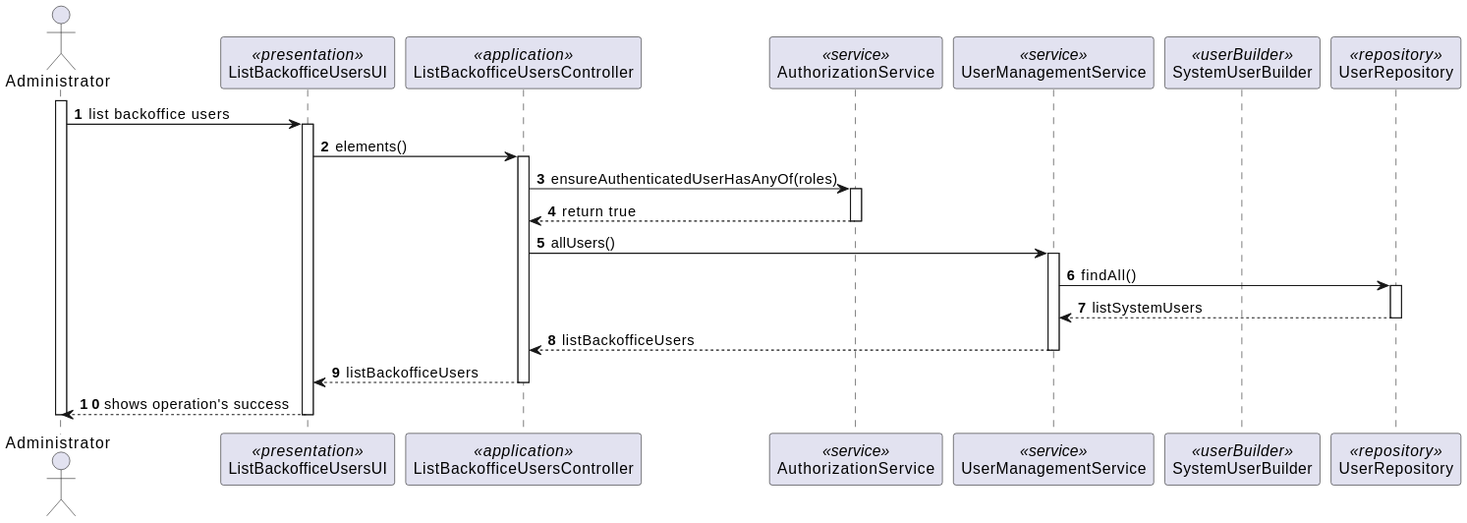
The PlantUML diagram docs/SprintB/1000/1000-sequence-diagram-listBackOfficeUser.svg in MiguelCardoso77/LAPR4, before a commit. Source of this version:
```plantuml
@startuml
autonumber


actor Administrator

participant ListBackofficeUsersUI <<presentation>>
participant ListBackofficeUsersController<<application>>
participant AuthorizationService <<service>>
participant UserManagementService <<service>>
participant SystemUserBuilder <<userBuilder>>
participant UserRepository <<repository>>


activate Administrator

    Administrator -> ListBackofficeUsersUI: list backoffice users

        activate ListBackofficeUsersUI

    ListBackofficeUsersUI -> ListBackofficeUsersController: elements()

        activate ListBackofficeUsersController

    ListBackofficeUsersController -> AuthorizationService: ensureAuthenticatedUserHasAnyOf(roles)

        activate AuthorizationService

    AuthorizationService --> ListBackofficeUsersController: return true

        deactivate AuthorizationService

    ListBackofficeUsersController -> UserManagementService: allUsers()

        activate UserManagementService

    UserManagementService -> UserRepository: findAll()

        activate UserRepository

    UserRepository --> UserManagementService: listSystemUsers

        deactivate UserRepository

    UserManagementService --> ListBackofficeUsersController: listBackofficeUsers

        deactivate UserManagementService

    ListBackofficeUsersController --> ListBackofficeUsersUI: listBackofficeUsers

        deactivate ListBackofficeUsersController

    ListBackofficeUsersUI --> Administrator : shows operation's success

        deactivate ListBackofficeUsersUI

        deactivate Administrator
@enduml
```
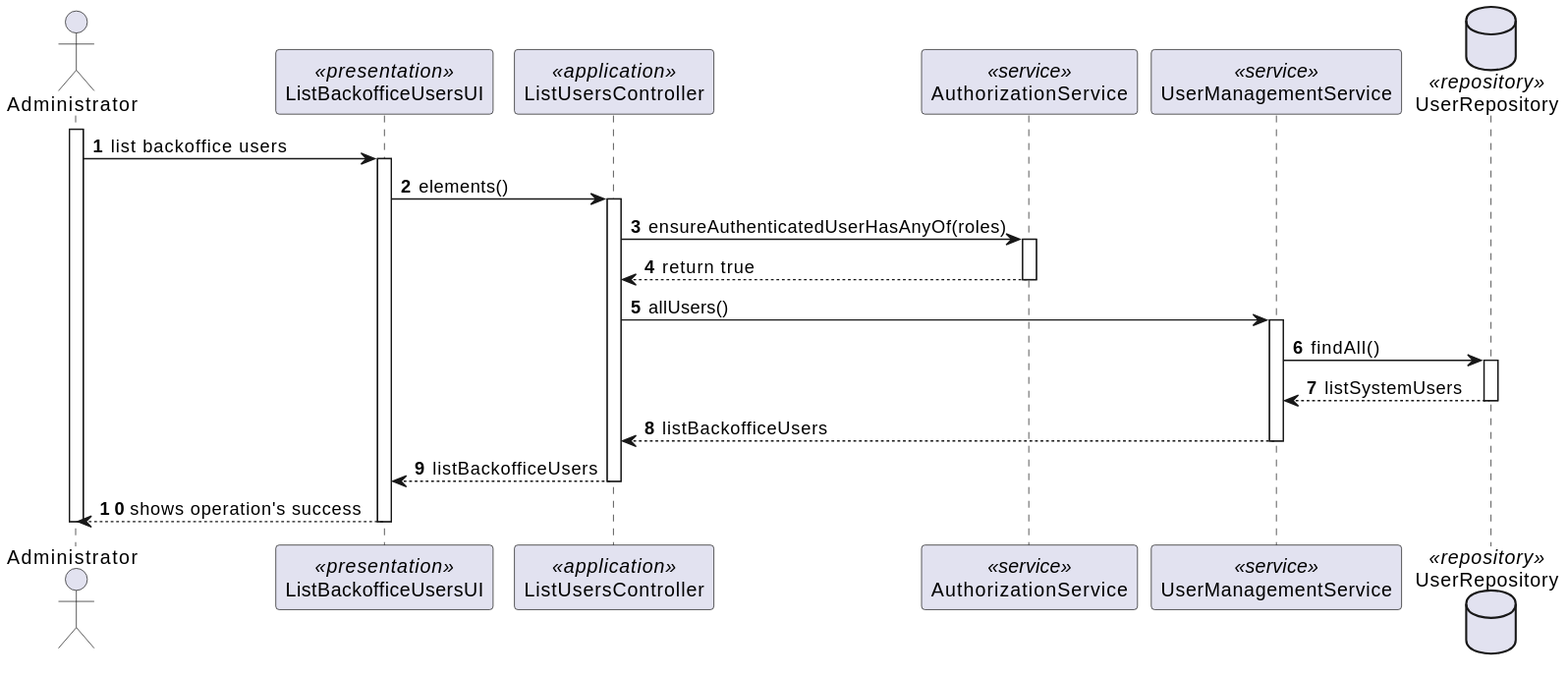
The same diagram one commit later.

Commit message:
#8 sequence diagram for lis backOffice users update

The edit, as a diff of the source:
```diff
@@ -5,11 +5,10 @@
 actor Administrator
 
 participant ListBackofficeUsersUI <<presentation>>
-participant ListBackofficeUsersController<<application>>
+participant ListUsersController <<application>>
 participant AuthorizationService <<service>>
 participant UserManagementService <<service>>
-participant SystemUserBuilder <<userBuilder>>
-participant UserRepository <<repository>>
+database UserRepository <<repository>>
 
 
 activate Administrator
@@ -18,19 +17,19 @@
 
         activate ListBackofficeUsersUI
 
-    ListBackofficeUsersUI -> ListBackofficeUsersController: elements()
+    ListBackofficeUsersUI -> ListUsersController: elements()
 
-        activate ListBackofficeUsersController
+        activate ListUsersController
 
-    ListBackofficeUsersController -> AuthorizationService: ensureAuthenticatedUserHasAnyOf(roles)
+    ListUsersController -> AuthorizationService: ensureAuthenticatedUserHasAnyOf(roles)
 
         activate AuthorizationService
 
-    AuthorizationService --> ListBackofficeUsersController: return true
+    AuthorizationService --> ListUsersController: return true
 
         deactivate AuthorizationService
 
-    ListBackofficeUsersController -> UserManagementService: allUsers()
+    ListUsersController -> UserManagementService: allUsers()
 
         activate UserManagementService
 
@@ -42,13 +41,13 @@
 
         deactivate UserRepository
 
-    UserManagementService --> ListBackofficeUsersController: listBackofficeUsers
+    UserManagementService --> ListUsersController: listBackofficeUsers
 
         deactivate UserManagementService
 
-    ListBackofficeUsersController --> ListBackofficeUsersUI: listBackofficeUsers
+    ListUsersController --> ListBackofficeUsersUI: listBackofficeUsers
 
-        deactivate ListBackofficeUsersController
+        deactivate ListUsersController
 
     ListBackofficeUsersUI --> Administrator : shows operation's success
 
```
